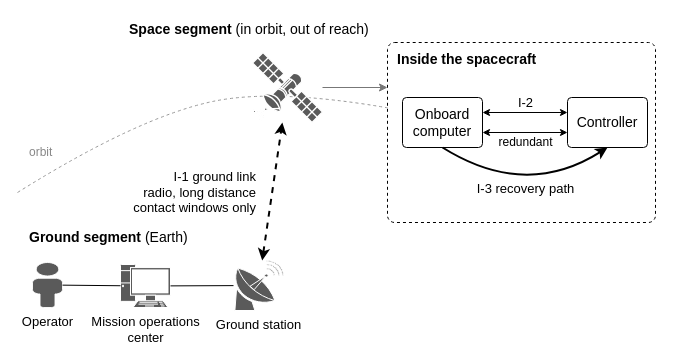
The draw.io diagram docs/conops/fig-segments.drawio in Tocki28/fail-safe-in-orbit-reprogramming, before the edit. Source tidied: cells renumbered, new cells numbered last; positions are measured from the earlier drawing's top-left corner, leaving out a move shared by most shapes. Both pictures are drawn from the tidied source at 100%, with x=0, y=0 at pixel (17, 17).
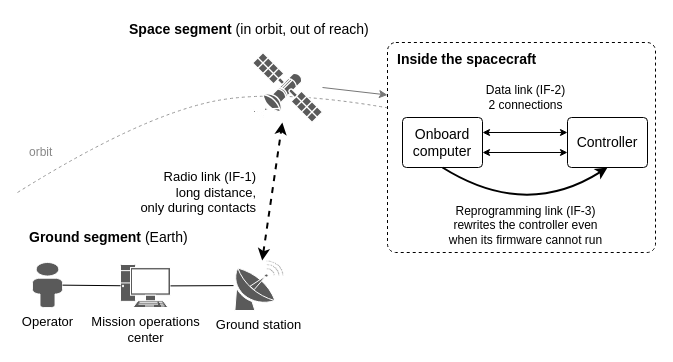
Above is the later version.

What changed in the source:
```diff
@@
     <mxCell id="6" value="&lt;b&gt;Inside the spacecraft&lt;/b&gt;" style="rounded=1;arcSize=4;dashed=1;whiteSpace=wrap;html=1;fillColor=#FFFFFF;verticalAlign=top;align=left;spacingLeft=8;spacingTop=2;fontSize=14;" parent="1" vertex="1">
-      <mxGeometry x="370" y="25" width="268" height="180" as="geometry" />
+      <mxGeometry x="370" y="25" width="268" height="210" as="geometry" />
     </mxCell>
     <mxCell id="7" value="Onboard&lt;br&gt;computer" style="rounded=1;arcSize=8;whiteSpace=wrap;html=1;fillColor=#FFFFFF;fontSize=14;" parent="1" vertex="1">
-      <mxGeometry x="385" y="80" width="80" height="50" as="geometry" />
+      <mxGeometry x="385" y="100" width="80" height="50" as="geometry" />
     </mxCell>
     <mxCell id="8" value="Controller" style="rounded=1;arcSize=8;whiteSpace=wrap;html=1;fillColor=#FFFFFF;fontSize=14;" parent="1" vertex="1">
-      <mxGeometry x="550" y="80" width="80" height="50" as="geometry" />
+      <mxGeometry x="550" y="100" width="80" height="50" as="geometry" />
     </mxCell>
-    <mxCell id="9" value="I-2" style="endArrow=classic;startArrow=classic;html=1;exitX=1;exitY=0.3;exitDx=0;exitDy=0;entryX=0;entryY=0.3;entryDx=0;entryDy=0;labelBackgroundColor=none;fontSize=13;endSize=5;startSize=5;" parent="1" edge="1" source="7" target="8">
+    <mxCell id="9" style="endArrow=classic;startArrow=classic;html=1;exitX=1;exitY=0.3;exitDx=0;exitDy=0;entryX=0;entryY=0.3;entryDx=0;entryDy=0;labelBackgroundColor=none;fontSize=13;endSize=5;startSize=5;" parent="1" edge="1" source="7" target="8">
       <mxGeometry relative="1" as="geometry">
         <mxPoint y="-10" as="offset" />
       </mxGeometry>
     </mxCell>
-    <mxCell id="10" value="redundant" style="endArrow=classic;startArrow=classic;html=1;exitX=1;exitY=0.7;exitDx=0;exitDy=0;entryX=0;entryY=0.7;entryDx=0;entryDy=0;labelBackgroundColor=none;fontSize=12;endSize=5;startSize=5;" parent="1" edge="1" source="7" target="8">
+    <mxCell id="10" style="endArrow=classic;startArrow=classic;html=1;exitX=1;exitY=0.7;exitDx=0;exitDy=0;entryX=0;entryY=0.7;entryDx=0;entryDy=0;labelBackgroundColor=none;fontSize=12;endSize=5;startSize=5;" parent="1" edge="1" source="7" target="8">
       <mxGeometry relative="1" as="geometry">
         <mxPoint y="10" as="offset" />
       </mxGeometry>
     </mxCell>
     <mxCell id="11" style="curved=1;endArrow=classic;html=1;exitX=0.5;exitY=1;exitDx=0;exitDy=0;entryX=0.5;entryY=1;entryDx=0;entryDy=0;strokeWidth=2;labelBackgroundColor=#FFFFFF;fontSize=13;endSize=6;" parent="1" edge="1" source="7" target="8">
       <mxGeometry relative="1" as="geometry">
         <Array as="points">
-          <mxPoint x="508" y="182" />
+          <mxPoint x="508" y="202" />
         </Array>
       </mxGeometry>
     </mxCell>
-    <mxCell id="12" value="I-3 recovery path" style="text;html=1;align=center;verticalAlign=middle;fontSize=13;" parent="1" vertex="1">
-      <mxGeometry x="448" y="160" width="120" height="22" as="geometry" />
+    <mxCell id="12" value="Reprogramming link (IF-3)&lt;br&gt;rewrites the controller even&lt;br&gt;when its firmware cannot run" style="text;html=1;align=center;verticalAlign=top;fontSize=12;" parent="1" vertex="1">
+      <mxGeometry x="418" y="180" width="180" height="48" as="geometry" />
     </mxCell>
@@
+    <mxCell id="22" value="Data link (IF-2)&lt;br&gt;2 connections" style="text;html=1;align=center;verticalAlign=middle;fontSize=12;" parent="1" vertex="1">
+      <mxGeometry x="455" y="64" width="105" height="32" as="geometry" />
+    </mxCell>
@@
-    <mxCell id="21" value="I-1 ground link&lt;br&gt;radio, long distance&lt;br&gt;contact windows only" style="text;html=1;align=right;verticalAlign=middle;fontSize=13;" parent="1" vertex="1">
+    <mxCell id="21" value="Radio link (IF-1)&lt;br&gt;long distance,&lt;br&gt;only during contacts" style="text;html=1;align=right;verticalAlign=middle;fontSize=13;" parent="1" vertex="1">
       <mxGeometry x="85" y="146" width="155" height="58" as="geometry" />
     </mxCell>
```
